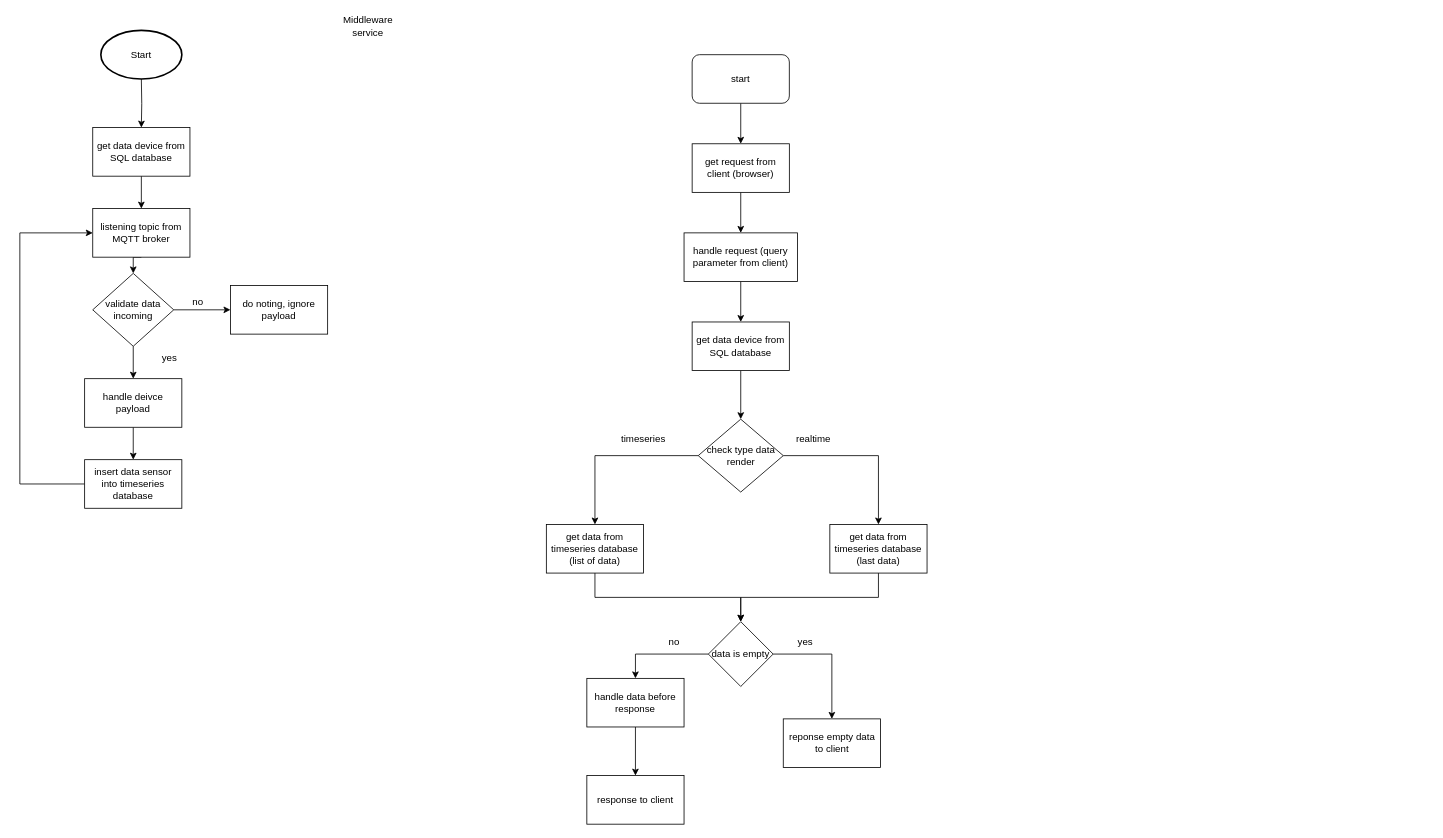
Earlier version of the draw.io diagram flowchart.drawio (force445/Draw.io). Source tidied: cells renumbered, new cells numbered last; positions are measured from the earlier drawing's top-left corner, leaving out a move shared by most shapes. Both pictures are drawn from the tidied source at 81%, with x=0, y=0 at pixel (19, 14).
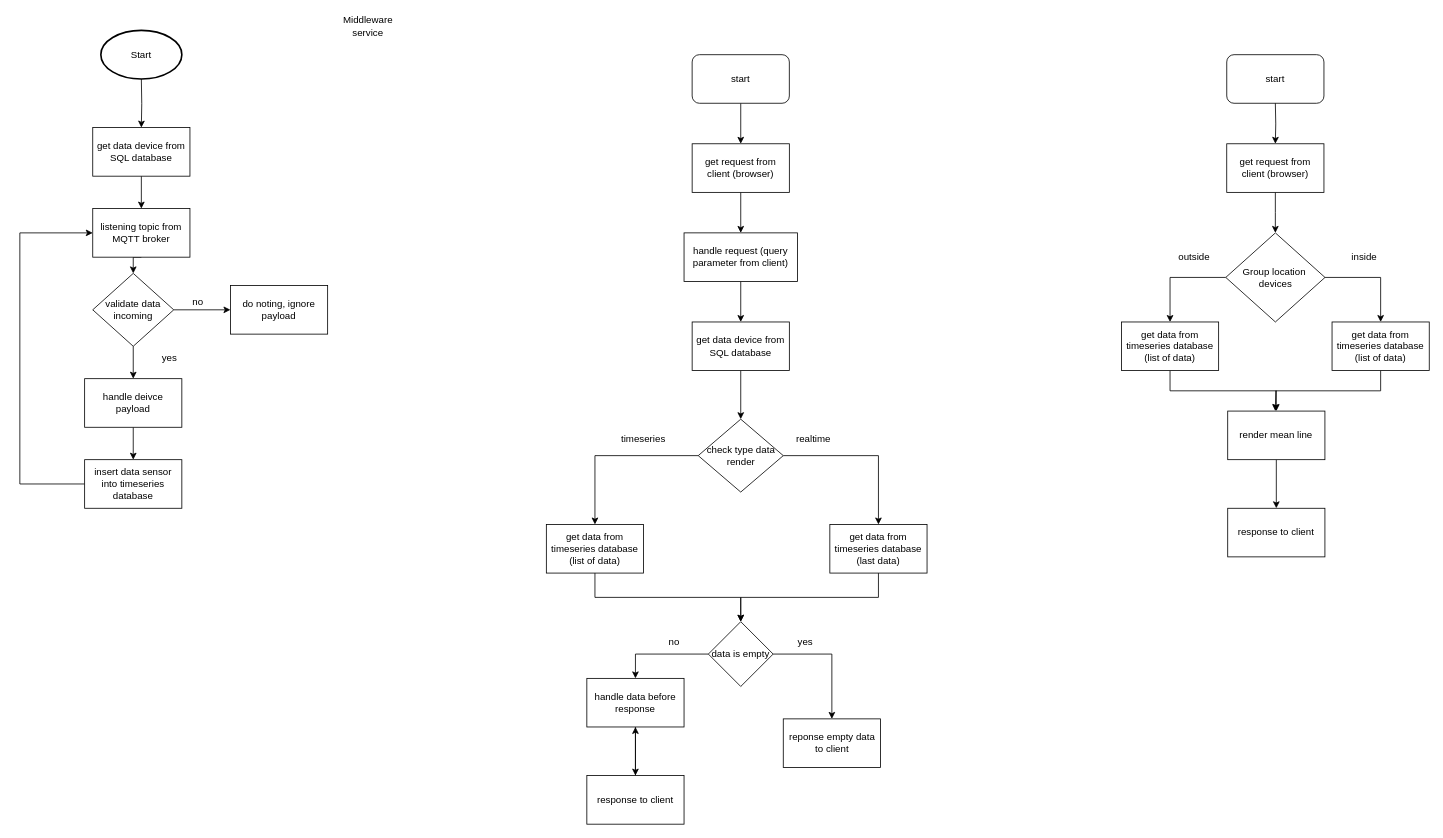
Above is the later version.

The change refers to these unchanged cells:
```xml
<mxCell id="41" value="handle data before response" style="rounded=0;whiteSpace=wrap;html=1;" parent="1" vertex="1">
  <mxGeometry x="700" y="820" width="120" height="60" as="geometry" />
</mxCell>
<mxCell id="42" value="response to client" style="rounded=0;whiteSpace=wrap;html=1;" parent="1" vertex="1">
  <mxGeometry x="700" y="940" width="120" height="60" as="geometry" />
</mxCell>
```

What changed in the source:
```diff
@@
+    <mxCell id="45" style="edgeStyle=orthogonalEdgeStyle;rounded=0;jettySize=auto;html=1;" parent="1" edge="1" source="42" target="41">
+      <mxGeometry relative="1" as="geometry" />
+    </mxCell>
@@
+    <mxCell id="46" value="start" style="rounded=1;whiteSpace=wrap;html=1;" parent="1" vertex="1">
+      <mxGeometry x="1490" y="50" width="120" height="60" as="geometry" />
+    </mxCell>
+    <mxCell id="47" style="edgeStyle=orthogonalEdgeStyle;rounded=0;jettySize=auto;html=1;exitX=0.5;exitY=1;exitDx=0;exitDy=0;entryX=0.5;entryY=0;entryDx=0;entryDy=0;" parent="1" edge="1" target="49">
+      <mxGeometry relative="1" as="geometry">
+        <mxPoint x="1550" y="110" as="sourcePoint" />
+      </mxGeometry>
+    </mxCell>
+    <mxCell id="48" style="edgeStyle=orthogonalEdgeStyle;rounded=0;jettySize=auto;html=1;exitX=0.5;exitY=1;exitDx=0;exitDy=0;" parent="1" edge="1" source="49">
+      <mxGeometry relative="1" as="geometry">
+        <mxPoint x="1550" y="270" as="targetPoint" />
+      </mxGeometry>
+    </mxCell>
+    <mxCell id="49" value="get request from client (browser)" style="rounded=0;whiteSpace=wrap;html=1;" parent="1" vertex="1">
+      <mxGeometry x="1490" y="160" width="120" height="60" as="geometry" />
+    </mxCell>
+    <mxCell id="50" style="edgeStyle=orthogonalEdgeStyle;rounded=0;jettySize=auto;html=1;exitX=0;exitY=0.5;exitDx=0;exitDy=0;entryX=0.5;entryY=0;entryDx=0;entryDy=0;" parent="1" edge="1" source="52" target="54">
+      <mxGeometry relative="1" as="geometry" />
+    </mxCell>
+    <mxCell id="51" style="edgeStyle=orthogonalEdgeStyle;rounded=0;jettySize=auto;html=1;exitX=1;exitY=0.5;exitDx=0;exitDy=0;entryX=0.5;entryY=0;entryDx=0;entryDy=0;" parent="1" edge="1" source="52" target="57">
+      <mxGeometry relative="1" as="geometry" />
+    </mxCell>
+    <mxCell id="52" value="Group location&amp;nbsp;&lt;br&gt;devices" style="rhombus;whiteSpace=wrap;html=1;" parent="1" vertex="1">
+      <mxGeometry x="1488.8" y="270" width="122.5" height="110" as="geometry" />
+    </mxCell>
+    <mxCell id="53" style="edgeStyle=orthogonalEdgeStyle;rounded=0;jettySize=auto;html=1;exitX=0.5;exitY=1;exitDx=0;exitDy=0;" parent="1" edge="1" source="54" target="60">
+      <mxGeometry relative="1" as="geometry" />
+    </mxCell>
+    <mxCell id="54" value="get data from timeseries database&lt;br&gt;(list of data)" style="rounded=0;whiteSpace=wrap;html=1;" parent="1" vertex="1">
+      <mxGeometry x="1360" y="380" width="120" height="60" as="geometry" />
+    </mxCell>
+    <mxCell id="55" value="outside" style="text;html=1;strokeColor=none;fillColor=none;align=center;verticalAlign=middle;whiteSpace=wrap;rounded=0;" parent="1" vertex="1">
+      <mxGeometry x="1420" y="285" width="60" height="30" as="geometry" />
+    </mxCell>
+    <mxCell id="56" style="edgeStyle=orthogonalEdgeStyle;rounded=0;jettySize=auto;html=1;exitX=0.5;exitY=1;exitDx=0;exitDy=0;" parent="1" edge="1" source="57">
+      <mxGeometry relative="1" as="geometry">
+        <mxPoint x="1550" y="490" as="targetPoint" />
+      </mxGeometry>
+    </mxCell>
+    <mxCell id="57" value="get data from timeseries database&lt;br&gt;(list of data)" style="rounded=0;whiteSpace=wrap;html=1;" parent="1" vertex="1">
+      <mxGeometry x="1620" y="380" width="120" height="60" as="geometry" />
+    </mxCell>
+    <mxCell id="58" value="inside" style="text;html=1;strokeColor=none;fillColor=none;align=center;verticalAlign=middle;whiteSpace=wrap;rounded=0;" parent="1" vertex="1">
+      <mxGeometry x="1630" y="285" width="60" height="30" as="geometry" />
+    </mxCell>
+    <mxCell id="59" style="edgeStyle=orthogonalEdgeStyle;rounded=0;jettySize=auto;html=1;exitX=0.5;exitY=1;exitDx=0;exitDy=0;" parent="1" edge="1" source="60" target="61">
+      <mxGeometry relative="1" as="geometry" />
+    </mxCell>
+    <mxCell id="60" value="render mean line" style="rounded=0;whiteSpace=wrap;html=1;" parent="1" vertex="1">
+      <mxGeometry x="1491.2" y="490" width="120" height="60" as="geometry" />
+    </mxCell>
+    <mxCell id="61" value="response to client" style="rounded=0;whiteSpace=wrap;html=1;" parent="1" vertex="1">
+      <mxGeometry x="1491.2" y="610" width="120" height="60" as="geometry" />
+    </mxCell>
```
